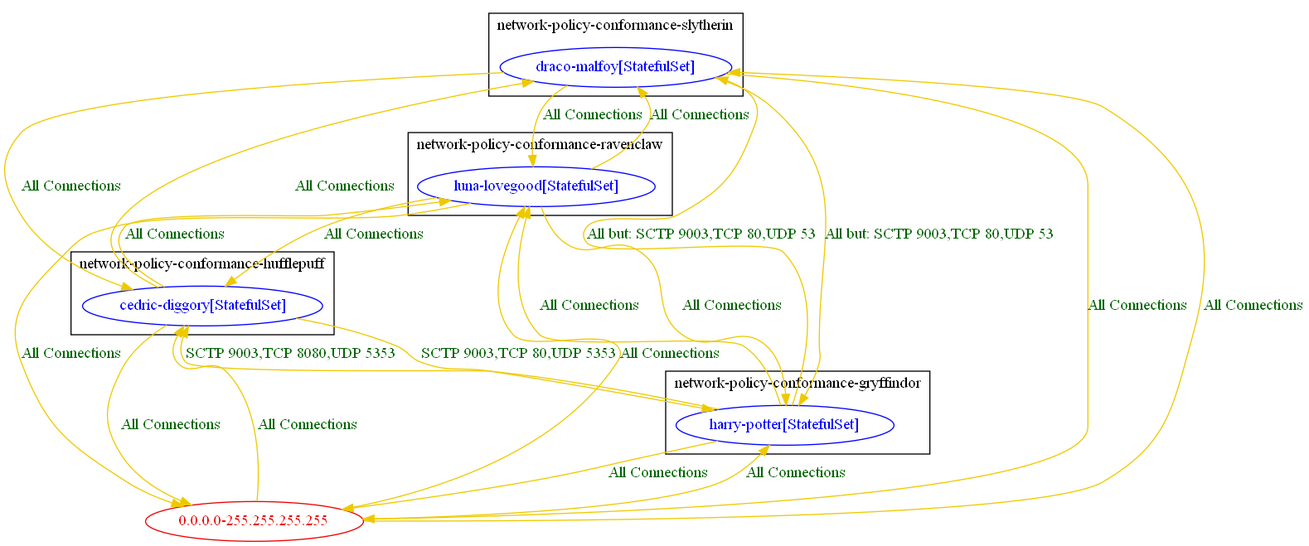
The Graphviz diagram test_outputs/connlist/anp_test_9_connlist_output.dot.png in np-guard/netpol-analyzer, before a commit. Its source is kept beside it as test_outputs/connlist/anp_test_9_connlist_output.dot. Its diagram source:
```dot
digraph {
	subgraph cluster_network_policy_conformance_gryffindor {
		"network-policy-conformance-gryffindor/harry-potter[StatefulSet]" [label="harry-potter[StatefulSet]" color="blue" fontcolor="blue"]
		label="network-policy-conformance-gryffindor"
	}
	subgraph cluster_network_policy_conformance_hufflepuff {
		"network-policy-conformance-hufflepuff/cedric-diggory[StatefulSet]" [label="cedric-diggory[StatefulSet]" color="blue" fontcolor="blue"]
		label="network-policy-conformance-hufflepuff"
	}
	subgraph cluster_network_policy_conformance_ravenclaw {
		"network-policy-conformance-ravenclaw/luna-lovegood[StatefulSet]" [label="luna-lovegood[StatefulSet]" color="blue" fontcolor="blue"]
		label="network-policy-conformance-ravenclaw"
	}
	subgraph cluster_network_policy_conformance_slytherin {
		"network-policy-conformance-slytherin/draco-malfoy[StatefulSet]" [label="draco-malfoy[StatefulSet]" color="blue" fontcolor="blue"]
		label="network-policy-conformance-slytherin"
	}
	"0.0.0.0-255.255.255.255" [label="0.0.0.0-255.255.255.255" color="red2" fontcolor="red2"]
	"0.0.0.0-255.255.255.255" -> "network-policy-conformance-gryffindor/harry-potter[StatefulSet]" [label="All Connections" color="gold2" fontcolor="darkgreen" weight=0.5]
	"0.0.0.0-255.255.255.255" -> "network-policy-conformance-hufflepuff/cedric-diggory[StatefulSet]" [label="All Connections" color="gold2" fontcolor="darkgreen" weight=0.5]
	"0.0.0.0-255.255.255.255" -> "network-policy-conformance-ravenclaw/luna-lovegood[StatefulSet]" [label="All Connections" color="gold2" fontcolor="darkgreen" weight=0.5]
	"0.0.0.0-255.255.255.255" -> "network-policy-conformance-slytherin/draco-malfoy[StatefulSet]" [label="All Connections" color="gold2" fontcolor="darkgreen" weight=0.5]
	"network-policy-conformance-gryffindor/harry-potter[StatefulSet]" -> "0.0.0.0-255.255.255.255" [label="All Connections" color="gold2" fontcolor="darkgreen" weight=1]
	"network-policy-conformance-gryffindor/harry-potter[StatefulSet]" -> "network-policy-conformance-hufflepuff/cedric-diggory[StatefulSet]" [label="SCTP 9003,TCP 8080,UDP 5353" color="gold2" fontcolor="darkgreen" weight=0.5]
	"network-policy-conformance-gryffindor/harry-potter[StatefulSet]" -> "network-policy-conformance-ravenclaw/luna-lovegood[StatefulSet]" [label="All Connections" color="gold2" fontcolor="darkgreen" weight=0.5]
	"network-policy-conformance-gryffindor/harry-potter[StatefulSet]" -> "network-policy-conformance-slytherin/draco-malfoy[StatefulSet]" [label="All but: SCTP 9003,TCP 80,UDP 53" color="gold2" fontcolor="darkgreen" weight=0.5]
	"network-policy-conformance-hufflepuff/cedric-diggory[StatefulSet]" -> "0.0.0.0-255.255.255.255" [label="All Connections" color="gold2" fontcolor="darkgreen" weight=1]
	"network-policy-conformance-hufflepuff/cedric-diggory[StatefulSet]" -> "network-policy-conformance-gryffindor/harry-potter[StatefulSet]" [label="SCTP 9003,TCP 80,UDP 5353" color="gold2" fontcolor="darkgreen" weight=1]
	"network-policy-conformance-hufflepuff/cedric-diggory[StatefulSet]" -> "network-policy-conformance-ravenclaw/luna-lovegood[StatefulSet]" [label="All Connections" color="gold2" fontcolor="darkgreen" weight=0.5]
	"network-policy-conformance-hufflepuff/cedric-diggory[StatefulSet]" -> "network-policy-conformance-slytherin/draco-malfoy[StatefulSet]" [label="All Connections" color="gold2" fontcolor="darkgreen" weight=0.5]
	"network-policy-conformance-ravenclaw/luna-lovegood[StatefulSet]" -> "0.0.0.0-255.255.255.255" [label="All Connections" color="gold2" fontcolor="darkgreen" weight=1]
	"network-policy-conformance-ravenclaw/luna-lovegood[StatefulSet]" -> "network-policy-conformance-gryffindor/harry-potter[StatefulSet]" [label="All Connections" color="gold2" fontcolor="darkgreen" weight=1]
	"network-policy-conformance-ravenclaw/luna-lovegood[StatefulSet]" -> "network-policy-conformance-hufflepuff/cedric-diggory[StatefulSet]" [label="All Connections" color="gold2" fontcolor="darkgreen" weight=1]
	"network-policy-conformance-ravenclaw/luna-lovegood[StatefulSet]" -> "network-policy-conformance-slytherin/draco-malfoy[StatefulSet]" [label="All Connections" color="gold2" fontcolor="darkgreen" weight=0.5]
	"network-policy-conformance-slytherin/draco-malfoy[StatefulSet]" -> "0.0.0.0-255.255.255.255" [label="All Connections" color="gold2" fontcolor="darkgreen" weight=1]
	"network-policy-conformance-slytherin/draco-malfoy[StatefulSet]" -> "network-policy-conformance-gryffindor/harry-potter[StatefulSet]" [label="All but: SCTP 9003,TCP 80,UDP 53" color="gold2" fontcolor="darkgreen" weight=1]
	"network-policy-conformance-slytherin/draco-malfoy[StatefulSet]" -> "network-policy-conformance-hufflepuff/cedric-diggory[StatefulSet]" [label="All Connections" color="gold2" fontcolor="darkgreen" weight=1]
	"network-policy-conformance-slytherin/draco-malfoy[StatefulSet]" -> "network-policy-conformance-ravenclaw/luna-lovegood[StatefulSet]" [label="All Connections" color="gold2" fontcolor="darkgreen" weight=1]
}
```
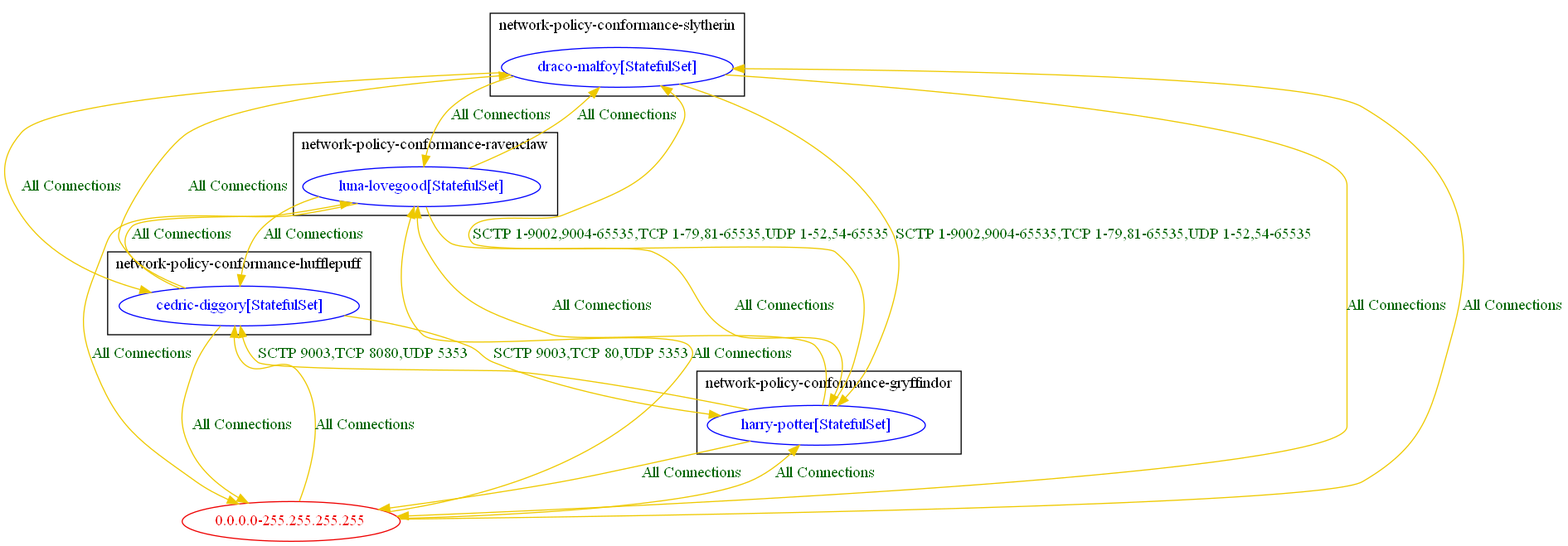
The same file after the commit.

The edit, as a diff of the source:
```diff
@@ -23,7 +23,7 @@
 	"network-policy-conformance-gryffindor/harry-potter[StatefulSet]" -> "0.0.0.0-255.255.255.255" [label="All Connections" color="gold2" fontcolor="darkgreen" weight=1]
 	"network-policy-conformance-gryffindor/harry-potter[StatefulSet]" -> "network-policy-conformance-hufflepuff/cedric-diggory[StatefulSet]" [label="SCTP 9003,TCP 8080,UDP 5353" color="gold2" fontcolor="darkgreen" weight=0.5]
 	"network-policy-conformance-gryffindor/harry-potter[StatefulSet]" -> "network-policy-conformance-ravenclaw/luna-lovegood[StatefulSet]" [label="All Connections" color="gold2" fontcolor="darkgreen" weight=0.5]
-	"network-policy-conformance-gryffindor/harry-potter[StatefulSet]" -> "network-policy-conformance-slytherin/draco-malfoy[StatefulSet]" [label="All but: SCTP 9003,TCP 80,UDP 53" color="gold2" fontcolor="darkgreen" weight=0.5]
+	"network-policy-conformance-gryffindor/harry-potter[StatefulSet]" -> "network-policy-conformance-slytherin/draco-malfoy[StatefulSet]" [label="SCTP 1-9002,9004-65535,TCP 1-79,81-65535,UDP 1-52,54-65535" color="gold2" fontcolor="darkgreen" weight=0.5]
 	"network-policy-conformance-hufflepuff/cedric-diggory[StatefulSet]" -> "0.0.0.0-255.255.255.255" [label="All Connections" color="gold2" fontcolor="darkgreen" weight=1]
 	"network-policy-conformance-hufflepuff/cedric-diggory[StatefulSet]" -> "network-policy-conformance-gryffindor/harry-potter[StatefulSet]" [label="SCTP 9003,TCP 80,UDP 5353" color="gold2" fontcolor="darkgreen" weight=1]
 	"network-policy-conformance-hufflepuff/cedric-diggory[StatefulSet]" -> "network-policy-conformance-ravenclaw/luna-lovegood[StatefulSet]" [label="All Connections" color="gold2" fontcolor="darkgreen" weight=0.5]
@@ -33,7 +33,7 @@
 	"network-policy-conformance-ravenclaw/luna-lovegood[StatefulSet]" -> "network-policy-conformance-hufflepuff/cedric-diggory[StatefulSet]" [label="All Connections" color="gold2" fontcolor="darkgreen" weight=1]
 	"network-policy-conformance-ravenclaw/luna-lovegood[StatefulSet]" -> "network-policy-conformance-slytherin/draco-malfoy[StatefulSet]" [label="All Connections" color="gold2" fontcolor="darkgreen" weight=0.5]
 	"network-policy-conformance-slytherin/draco-malfoy[StatefulSet]" -> "0.0.0.0-255.255.255.255" [label="All Connections" color="gold2" fontcolor="darkgreen" weight=1]
-	"network-policy-conformance-slytherin/draco-malfoy[StatefulSet]" -> "network-policy-conformance-gryffindor/harry-potter[StatefulSet]" [label="All but: SCTP 9003,TCP 80,UDP 53" color="gold2" fontcolor="darkgreen" weight=1]
+	"network-policy-conformance-slytherin/draco-malfoy[StatefulSet]" -> "network-policy-conformance-gryffindor/harry-potter[StatefulSet]" [label="SCTP 1-9002,9004-65535,TCP 1-79,81-65535,UDP 1-52,54-65535" color="gold2" fontcolor="darkgreen" weight=1]
 	"network-policy-conformance-slytherin/draco-malfoy[StatefulSet]" -> "network-policy-conformance-hufflepuff/cedric-diggory[StatefulSet]" [label="All Connections" color="gold2" fontcolor="darkgreen" weight=1]
 	"network-policy-conformance-slytherin/draco-malfoy[StatefulSet]" -> "network-policy-conformance-ravenclaw/luna-lovegood[StatefulSet]" [label="All Connections" color="gold2" fontcolor="darkgreen" weight=1]
 }
```
